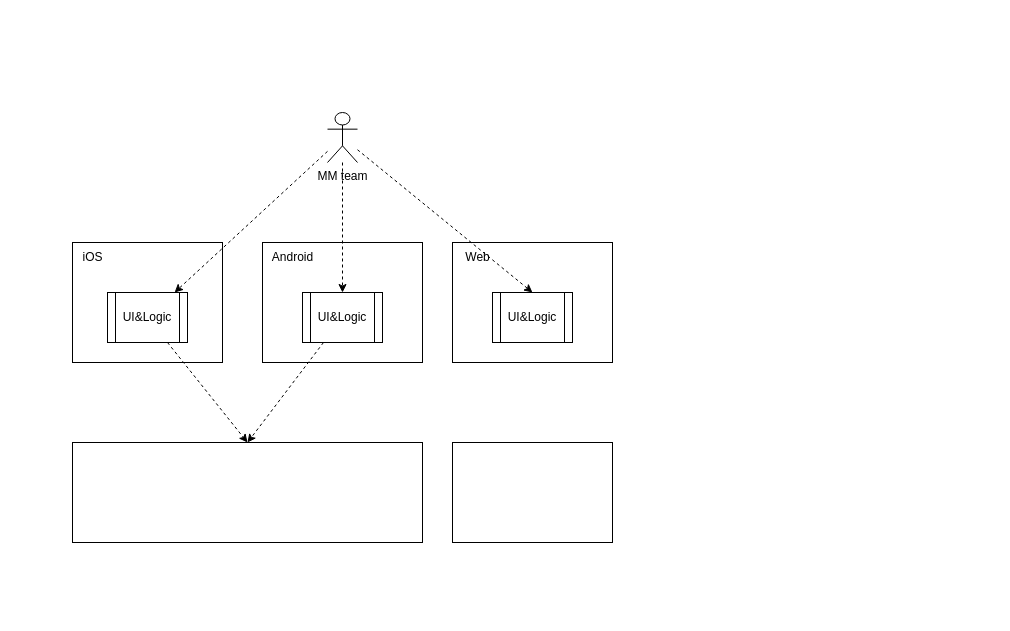
djdlp/InterviewQuestions keeps this draw.io diagram as Untitled Diagram.drawio. Above is the earlier version. Source tidied: cells renumbered, new cells numbered last; positions are measured from the earlier drawing's top-left corner, leaving out a move shared by most shapes. Both pictures are drawn from the tidied source at 100%, with x=0, y=0 at pixel (72, 112).
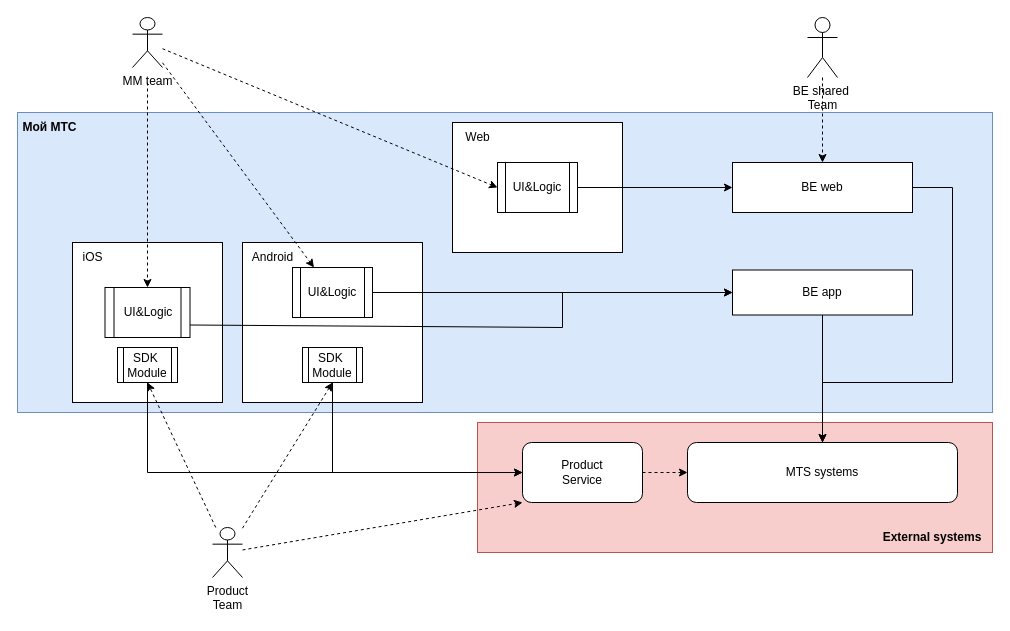
The same page after the edit.

Diff of the diagram source:
```diff
@@
+    <mxCell id="19" style="rounded=0;whiteSpace=wrap;html=1;strokeColor=#b85450;fontFamily=Helvetica;fontSize=12;fillColor=#f8cecc;" parent="1" vertex="1">
+      <mxGeometry x="405" y="310" width="515" height="130" as="geometry" />
+    </mxCell>
+    <mxCell id="20" style="edgeStyle=none;rounded=0;jettySize=auto;html=1;fontFamily=Helvetica;fontSize=12;fontColor=default;" parent="1" edge="1" source="18">
+      <mxGeometry relative="1" as="geometry">
+        <mxPoint x="750" y="340" as="targetPoint" />
+        <Array as="points">
+          <mxPoint x="900" y="75" />
+          <mxPoint x="900" y="250" />
+          <mxPoint x="750" y="250" />
+        </Array>
+      </mxGeometry>
+    </mxCell>
+    <mxCell id="21" style="rounded=0;whiteSpace=wrap;html=1;strokeColor=#6c8ebf;fontFamily=Helvetica;fontSize=12;fillColor=#dae8fc;" parent="1" vertex="1">
+      <mxGeometry x="-55" width="975" height="300" as="geometry" />
+    </mxCell>
     <mxCell id="2" style="rounded=0;whiteSpace=wrap;html=1;" parent="1" vertex="1">
-      <mxGeometry y="130" width="150" height="120" as="geometry" />
+      <mxGeometry y="130" width="150" height="160" as="geometry" />
     </mxCell>
     <mxCell id="3" style="rounded=0;whiteSpace=wrap;html=1;" parent="1" vertex="1">
-      <mxGeometry x="190" y="130" width="160" height="120" as="geometry" />
+      <mxGeometry x="170" y="130" width="180" height="160" as="geometry" />
     </mxCell>
@@
     <mxCell id="5" style="rounded=0;whiteSpace=wrap;html=1;fontFamily=Helvetica;fontSize=12;" parent="1" vertex="1">
-      <mxGeometry x="380" y="130" width="160" height="120" as="geometry" />
+      <mxGeometry x="380" y="10" width="170" height="130" as="geometry" />
     </mxCell>
     <mxCell id="6" value="Android" style="text;html=1;align=center;verticalAlign=middle;strokeColor=none;fillColor=none;fontSize=12;fontFamily=Helvetica;fontColor=default;" parent="1" vertex="1">
-      <mxGeometry x="190" y="130" width="60" height="30" as="geometry" />
+      <mxGeometry x="170" y="130" width="60" height="30" as="geometry" />
     </mxCell>
-    <mxCell id="7" value="Web" style="text;html=1;align=center;verticalAlign=middle;strokeColor=none;fillColor=none;rotation=0;" parent="1" vertex="1">
-      <mxGeometry x="380" y="130" width="50" height="30" as="geometry" />
-    </mxCell>
-    <mxCell id="8" style="rounded=0;jettySize=auto;html=1;fontFamily=Helvetica;fontSize=12;fontColor=default;dashed=1;" parent="1" edge="1" source="11" target="13">
-      <mxGeometry relative="1" as="geometry" />
+    <mxCell id="8" style="rounded=0;jettySize=auto;html=1;fontFamily=Helvetica;fontSize=12;fontColor=default;dashed=1;startArrow=none;" parent="1" edge="1" target="13">
+      <mxGeometry relative="1" as="geometry">
+        <mxPoint x="75" y="-30" as="sourcePoint" />
+      </mxGeometry>
     </mxCell>
@@
-    <mxCell id="10" style="edgeStyle=none;rounded=0;jettySize=auto;html=1;entryX=0.5;entryY=0;entryDx=0;entryDy=0;dashed=1;fontFamily=Helvetica;fontSize=12;fontColor=default;" parent="1" edge="1" source="11" target="16">
-      <mxGeometry relative="1" as="geometry" />
-    </mxCell>
-    <mxCell id="11" value="MM team" style="shape=umlActor;verticalLabelPosition=bottom;verticalAlign=top;html=1;outlineConnect=0;rounded=0;strokeColor=default;fontFamily=Helvetica;fontSize=12;fontColor=default;fillColor=none;gradientColor=none;" parent="1" vertex="1">
-      <mxGeometry x="255" width="30" height="50" as="geometry" />
+    <mxCell id="11" value="MM team" style="shape=umlActor;verticalLabelPosition=bottom;verticalAlign=top;html=1;outlineConnect=0;rounded=0;strokeColor=default;fontFamily=Helvetica;fontSize=12;fontColor=default;fillColor=none;gradientColor=none;direction=east;" parent="1" vertex="1">
+      <mxGeometry x="60" y="-95" width="30" height="50" as="geometry" />
     </mxCell>
-    <mxCell id="12" style="edgeStyle=none;rounded=0;jettySize=auto;html=1;dashed=1;fontFamily=Helvetica;fontSize=12;fontColor=default;entryX=0.5;entryY=0;entryDx=0;entryDy=0;" parent="1" edge="1" source="13" target="17">
-      <mxGeometry relative="1" as="geometry" />
+    <mxCell id="12" style="edgeStyle=none;rounded=0;jettySize=auto;html=1;entryX=0;entryY=0.5;entryDx=0;entryDy=0;fontFamily=Helvetica;fontSize=12;fontColor=default;exitX=1;exitY=0.75;exitDx=0;exitDy=0;" parent="1" edge="1" source="13" target="17">
+      <mxGeometry relative="1" as="geometry">
+        <Array as="points">
+          <mxPoint x="490" y="215" />
+          <mxPoint x="490" y="180" />
+        </Array>
+      </mxGeometry>
     </mxCell>
     <mxCell id="13" value="UI&amp;amp;Logic" style="shape=process;whiteSpace=wrap;html=1;backgroundOutline=1;rounded=0;strokeColor=default;fontFamily=Helvetica;fontSize=12;fontColor=default;fillColor=none;gradientColor=none;" parent="1" vertex="1">
-      <mxGeometry x="35" y="180" width="80" height="50" as="geometry" />
+      <mxGeometry x="32.5" y="175" width="85" height="50" as="geometry" />
     </mxCell>
-    <mxCell id="14" style="edgeStyle=none;rounded=0;jettySize=auto;html=1;entryX=0.5;entryY=0;entryDx=0;entryDy=0;dashed=1;fontFamily=Helvetica;fontSize=12;fontColor=default;" parent="1" edge="1" source="15" target="17">
+    <mxCell id="14" style="edgeStyle=none;rounded=0;jettySize=auto;html=1;entryX=0;entryY=0.5;entryDx=0;entryDy=0;fontFamily=Helvetica;fontSize=12;fontColor=default;" parent="1" edge="1" source="15" target="17">
       <mxGeometry relative="1" as="geometry" />
     </mxCell>
     <mxCell id="15" value="UI&amp;amp;Logic" style="shape=process;whiteSpace=wrap;html=1;backgroundOutline=1;rounded=0;strokeColor=default;fontFamily=Helvetica;fontSize=12;fontColor=default;fillColor=none;gradientColor=none;" parent="1" vertex="1">
-      <mxGeometry x="230" y="180" width="80" height="50" as="geometry" />
+      <mxGeometry x="220" y="155" width="80" height="50" as="geometry" />
     </mxCell>
+    <mxCell id="22" style="edgeStyle=none;rounded=0;jettySize=auto;html=1;entryX=0;entryY=0.5;entryDx=0;entryDy=0;fontFamily=Helvetica;fontSize=12;fontColor=default;" parent="1" edge="1" source="16" target="18">
+      <mxGeometry relative="1" as="geometry" />
+    </mxCell>
     <mxCell id="16" value="UI&amp;amp;Logic" style="shape=process;whiteSpace=wrap;html=1;backgroundOutline=1;rounded=0;strokeColor=default;fontFamily=Helvetica;fontSize=12;fontColor=default;fillColor=none;gradientColor=none;" parent="1" vertex="1">
-      <mxGeometry x="420" y="180" width="80" height="50" as="geometry" />
+      <mxGeometry x="425" y="50" width="80" height="50" as="geometry" />
     </mxCell>
+    <mxCell id="23" style="edgeStyle=none;rounded=0;jettySize=auto;html=1;entryX=0.5;entryY=0;entryDx=0;entryDy=0;fontFamily=Helvetica;fontSize=12;fontColor=default;" parent="1" edge="1" source="17" target="32">
+      <mxGeometry relative="1" as="geometry" />
+    </mxCell>
     <mxCell id="17" style="rounded=0;whiteSpace=wrap;html=1;fontFamily=Helvetica;fontSize=12;" parent="1" vertex="1">
-      <mxGeometry y="330" width="350" height="100" as="geometry" />
+      <mxGeometry x="660" y="157.5" width="180" height="45" as="geometry" />
     </mxCell>
+    <mxCell id="24" style="edgeStyle=none;rounded=0;jettySize=auto;html=1;entryX=0.5;entryY=0;entryDx=0;entryDy=0;fontFamily=Helvetica;fontSize=12;fontColor=default;startArrow=none;startFill=0;endArrow=classic;endFill=1;exitX=1;exitY=0.5;exitDx=0;exitDy=0;" parent="1" edge="1" source="18" target="32">
+      <mxGeometry relative="1" as="geometry">
+        <Array as="points">
+          <mxPoint x="880" y="75" />
+          <mxPoint x="880" y="270" />
+          <mxPoint x="750" y="270" />
+        </Array>
+      </mxGeometry>
+    </mxCell>
     <mxCell id="18" style="rounded=0;whiteSpace=wrap;html=1;fontFamily=Helvetica;fontSize=12;" parent="1" vertex="1">
-      <mxGeometry x="380" y="330" width="160" height="100" as="geometry" />
+      <mxGeometry x="660" y="50" width="180" height="50" as="geometry" />
     </mxCell>
+    <mxCell id="25" value="BE web" style="text;html=1;strokeColor=none;fillColor=none;align=center;verticalAlign=middle;whiteSpace=wrap;rounded=0;fontFamily=Helvetica;fontSize=12;fontColor=default;" parent="1" vertex="1">
+      <mxGeometry x="720" y="60" width="60" height="30" as="geometry" />
+    </mxCell>
+    <mxCell id="26" style="edgeStyle=none;rounded=0;jettySize=auto;html=1;fontFamily=Helvetica;fontSize=12;fontColor=default;entryX=0.5;entryY=1;entryDx=0;entryDy=0;dashed=1;" parent="1" edge="1" source="29" target="31">
+      <mxGeometry relative="1" as="geometry" />
+    </mxCell>
+    <mxCell id="27" style="edgeStyle=none;rounded=0;jettySize=auto;html=1;entryX=0.5;entryY=1;entryDx=0;entryDy=0;fontFamily=Helvetica;fontSize=12;fontColor=default;startArrow=none;startFill=0;endArrow=classic;endFill=1;dashed=1;" parent="1" edge="1" source="29" target="34">
+      <mxGeometry relative="1" as="geometry" />
+    </mxCell>
+    <mxCell id="28" style="edgeStyle=none;rounded=0;jettySize=auto;html=1;entryX=0;entryY=1;entryDx=0;entryDy=0;dashed=1;fontFamily=Helvetica;fontSize=12;fontColor=default;startArrow=none;startFill=0;endArrow=classic;endFill=1;" parent="1" edge="1" source="29" target="37">
+      <mxGeometry relative="1" as="geometry" />
+    </mxCell>
+    <mxCell id="29" value="Product&lt;br&gt;Team" style="shape=umlActor;verticalLabelPosition=bottom;verticalAlign=top;html=1;outlineConnect=0;rounded=0;strokeColor=default;fontFamily=Helvetica;fontSize=12;fontColor=default;fillColor=none;gradientColor=none;" parent="1" vertex="1">
+      <mxGeometry x="140" y="415" width="30" height="50" as="geometry" />
+    </mxCell>
+    <mxCell id="30" style="edgeStyle=none;rounded=0;jettySize=auto;html=1;fontFamily=Helvetica;fontSize=12;fontColor=default;exitX=0.5;exitY=1;exitDx=0;exitDy=0;" parent="1" edge="1" source="31">
+      <mxGeometry relative="1" as="geometry">
+        <mxPoint x="450" y="360" as="targetPoint" />
+        <Array as="points">
+          <mxPoint x="260" y="360" />
+        </Array>
+      </mxGeometry>
+    </mxCell>
+    <mxCell id="31" value="SDK&amp;nbsp;&lt;br&gt;Module" style="shape=process;whiteSpace=wrap;html=1;backgroundOutline=1;rounded=0;fontFamily=Helvetica;fontSize=12;" parent="1" vertex="1">
+      <mxGeometry x="230" y="235" width="60" height="35" as="geometry" />
+    </mxCell>
+    <mxCell id="32" value="MTS systems" style="rounded=1;whiteSpace=wrap;html=1;fontFamily=Helvetica;fontSize=12;" parent="1" vertex="1">
+      <mxGeometry x="615" y="330" width="270" height="60" as="geometry" />
+    </mxCell>
+    <mxCell id="33" style="edgeStyle=none;rounded=0;jettySize=auto;html=1;entryX=0;entryY=0.5;entryDx=0;entryDy=0;fontFamily=Helvetica;fontSize=12;fontColor=default;exitX=0.5;exitY=1;exitDx=0;exitDy=0;" parent="1" edge="1" source="34" target="37">
+      <mxGeometry relative="1" as="geometry">
+        <Array as="points">
+          <mxPoint x="75" y="360" />
+        </Array>
+      </mxGeometry>
+    </mxCell>
+    <mxCell id="34" value="SDK&amp;nbsp;&lt;br&gt;Module" style="shape=process;whiteSpace=wrap;html=1;backgroundOutline=1;rounded=0;fontFamily=Helvetica;fontSize=12;" parent="1" vertex="1">
+      <mxGeometry x="45" y="235" width="60" height="35" as="geometry" />
+    </mxCell>
+    <mxCell id="35" value="BE app" style="text;html=1;strokeColor=none;fillColor=none;align=center;verticalAlign=middle;whiteSpace=wrap;rounded=0;fontFamily=Helvetica;fontSize=12;fontColor=default;" parent="1" vertex="1">
+      <mxGeometry x="720" y="165" width="60" height="30" as="geometry" />
+    </mxCell>
+    <mxCell id="36" style="edgeStyle=none;rounded=0;jettySize=auto;html=1;entryX=0;entryY=0.5;entryDx=0;entryDy=0;dashed=1;fontFamily=Helvetica;fontSize=12;fontColor=default;startArrow=none;startFill=0;endArrow=classic;endFill=1;" parent="1" edge="1" source="37" target="32">
+      <mxGeometry relative="1" as="geometry" />
+    </mxCell>
+    <mxCell id="37" value="Product&lt;br&gt;Service" style="rounded=1;whiteSpace=wrap;html=1;fontFamily=Helvetica;fontSize=12;" parent="1" vertex="1">
+      <mxGeometry x="450" y="330" width="120" height="60" as="geometry" />
+    </mxCell>
+    <mxCell id="7" value="Web" style="text;html=1;align=center;verticalAlign=middle;strokeColor=none;fillColor=none;rotation=0;" parent="1" vertex="1">
+      <mxGeometry x="380" y="10" width="50" height="30" as="geometry" />
+    </mxCell>
+    <mxCell id="10" style="edgeStyle=none;rounded=0;jettySize=auto;html=1;dashed=1;fontFamily=Helvetica;fontSize=12;fontColor=default;endArrow=classic;entryX=0;entryY=0.5;entryDx=0;entryDy=0;startArrow=none;startFill=0;endFill=1;" parent="1" edge="1" source="11" target="16">
+      <mxGeometry relative="1" as="geometry" />
+    </mxCell>
+    <mxCell id="38" style="edgeStyle=none;rounded=0;jettySize=auto;html=1;dashed=1;fontFamily=Helvetica;fontSize=12;fontColor=default;startArrow=none;startFill=0;endArrow=classic;endFill=1;" parent="1" edge="1" source="39">
+      <mxGeometry relative="1" as="geometry">
+        <mxPoint x="750" y="50" as="targetPoint" />
+      </mxGeometry>
+    </mxCell>
+    <mxCell id="39" value="BE shared&amp;nbsp;&lt;br&gt;Team" style="shape=umlActor;verticalLabelPosition=bottom;verticalAlign=top;html=1;outlineConnect=0;rounded=1;strokeColor=default;fontFamily=Helvetica;fontSize=12;fontColor=default;fillColor=none;gradientColor=none;" parent="1" vertex="1">
+      <mxGeometry x="735" y="-95" width="30" height="60" as="geometry" />
+    </mxCell>
+    <mxCell id="40" value="Мой МТС" style="text;html=1;strokeColor=none;fillColor=none;align=center;verticalAlign=middle;whiteSpace=wrap;rounded=0;fontFamily=Helvetica;fontSize=12;fontColor=default;fontStyle=1;" parent="1" vertex="1">
+      <mxGeometry x="-55" width="65" height="30" as="geometry" />
+    </mxCell>
+    <mxCell id="41" value="External systems" style="text;html=1;strokeColor=none;fillColor=none;align=center;verticalAlign=middle;whiteSpace=wrap;rounded=0;fontFamily=Helvetica;fontSize=12;fontColor=default;fontStyle=1;" parent="1" vertex="1">
+      <mxGeometry x="800" y="410" width="120" height="30" as="geometry" />
+    </mxCell>
```
